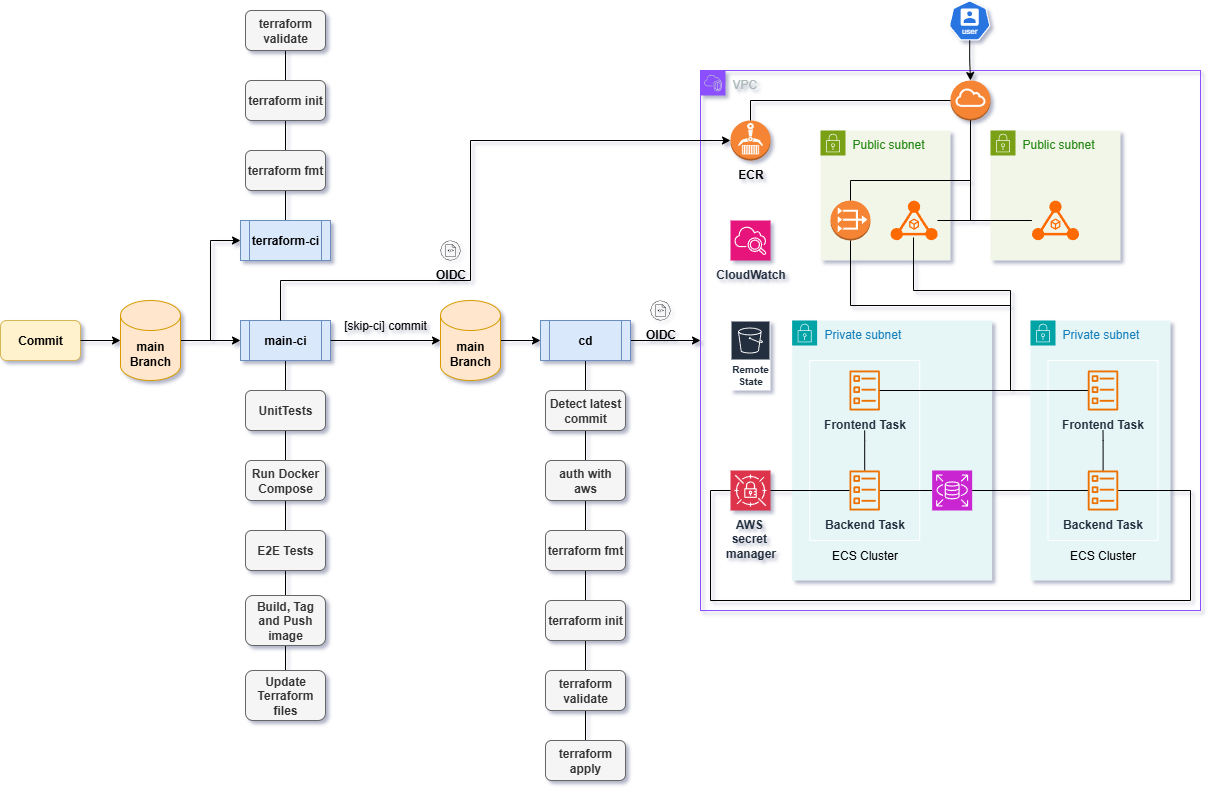
This is docs/media/projectdiagram.drawio.png from s1natex/Docker_evo, a draw.io export, as it was before one commit. Source tidied: cells renumbered, new cells last; positions are measured from the earlier drawing's top-left corner, leaving out a move shared by most shapes.
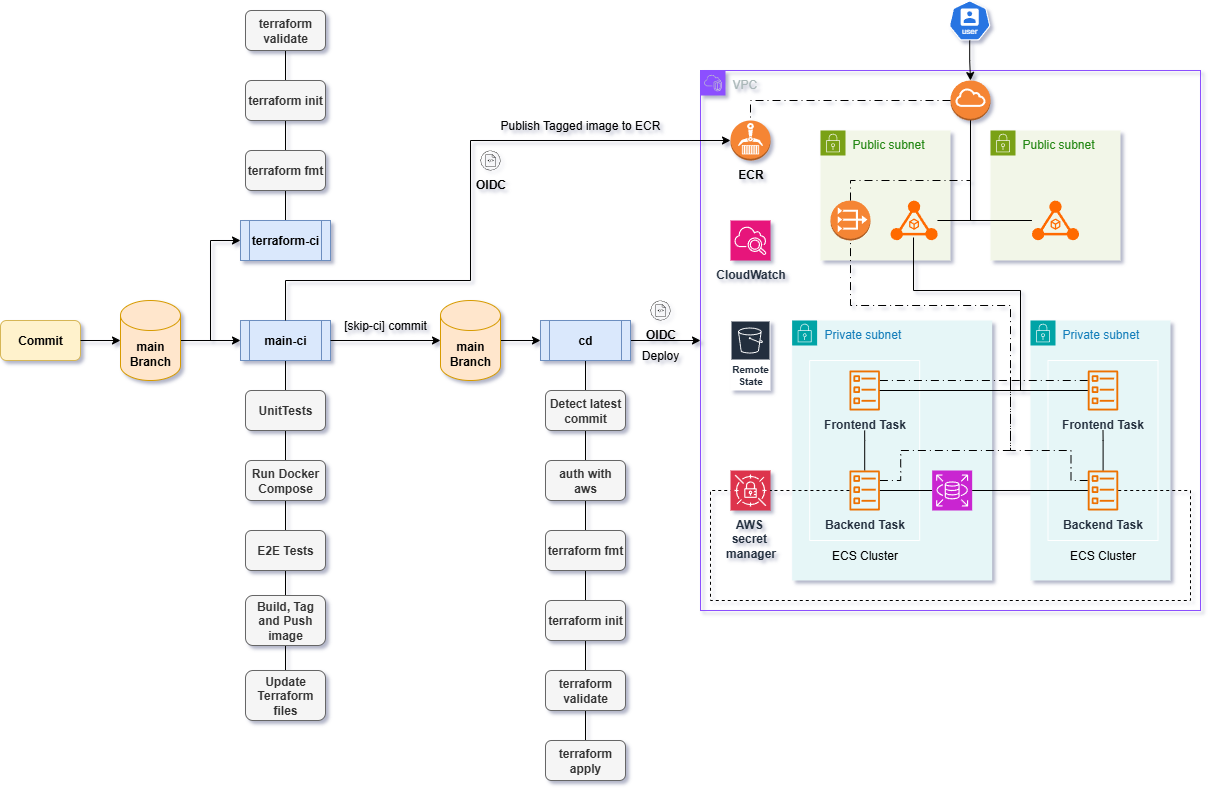
After the change.

Change to the diagram source:
```diff
@@ -3,7 +3,7 @@
     <mxCell id="0" />
     <mxCell id="1" parent="0" />
     <mxCell id="2" value="&lt;b&gt;OIDC&lt;/b&gt;" style="sketch=0;verticalLabelPosition=bottom;sketch=0;html=1;verticalAlign=top;strokeColor=none;fillColor=#000000;align=center;shape=mxgraph.citrix2.authentication_oidc;" parent="1" vertex="1">
-      <mxGeometry x="440" y="240" width="20" height="20" as="geometry" />
+      <mxGeometry x="480" y="150" width="20" height="20" as="geometry" />
     </mxCell>
     <mxCell id="3" value="Public subnet" style="gradientColor=none;html=1;whiteSpace=wrap;fontSize=12;fontStyle=0;shape=mxgraph.aws4.group;grIcon=mxgraph.aws4.group_security_group;grStroke=0;strokeColor=#7AA116;fillColor=#F2F6E8;verticalAlign=top;align=left;spacingLeft=30;fontColor=#248814;dashed=0;" parent="1" vertex="1">
       <mxGeometry x="820" y="130" width="130" height="130" as="geometry" />
@@ -26,7 +26,7 @@
     <mxCell id="9" style="outlineConnect=0;dashed=0;verticalLabelPosition=bottom;verticalAlign=top;align=center;html=1;shape=mxgraph.aws3.internet_gateway;fillColor=#F58534;gradientColor=none;" parent="1" vertex="1">
       <mxGeometry x="950" y="80" width="40" height="40" as="geometry" />
     </mxCell>
-    <mxCell id="10" style="edgeStyle=orthogonalEdgeStyle;rounded=0;jettySize=auto;html=1;entryX=0.5;entryY=1;entryDx=0;entryDy=0;entryPerimeter=0;endArrow=none;endFill=0;" parent="1" edge="1" source="5" target="9">
+    <mxCell id="10" style="edgeStyle=orthogonalEdgeStyle;rounded=0;jettySize=auto;html=1;entryX=0.5;entryY=1;entryDx=0;entryDy=0;entryPerimeter=0;endArrow=none;endFill=0;dashed=1;dashPattern=8 4 1 4;" parent="1" edge="1" source="5" target="9">
       <mxGeometry relative="1" as="geometry">
         <Array as="points">
           <mxPoint x="850" y="180" />
@@ -40,7 +40,7 @@
     <mxCell id="12" value="&lt;b&gt;ECR&lt;/b&gt;" style="outlineConnect=0;dashed=0;verticalLabelPosition=bottom;verticalAlign=top;align=center;html=1;shape=mxgraph.aws3.ecr;fillColor=#F58534;gradientColor=none;" parent="1" vertex="1">
       <mxGeometry x="730" y="120" width="40" height="40" as="geometry" />
     </mxCell>
-    <mxCell id="13" style="edgeStyle=orthogonalEdgeStyle;rounded=0;jettySize=auto;html=1;entryX=0.5;entryY=0;entryDx=0;entryDy=0;entryPerimeter=0;endArrow=none;endFill=0;" parent="1" edge="1" source="9" target="12">
+    <mxCell id="13" style="edgeStyle=orthogonalEdgeStyle;rounded=0;jettySize=auto;html=1;entryX=0.5;entryY=0;entryDx=0;entryDy=0;entryPerimeter=0;endArrow=none;endFill=0;dashed=1;dashPattern=8 4 1 4;" parent="1" edge="1" source="9" target="12">
       <mxGeometry relative="1" as="geometry" />
     </mxCell>
     <mxCell id="14" value="Private subnet" style="gradientColor=none;html=1;whiteSpace=wrap;fontSize=12;fontStyle=0;shape=mxgraph.aws4.group;grIcon=mxgraph.aws4.group_security_group;grStroke=0;strokeColor=#00A4A6;fillColor=#E6F6F7;verticalAlign=top;align=left;spacingLeft=30;fontColor=#147EBA;dashed=0;" parent="1" vertex="1">
@@ -58,9 +58,28 @@
         </Array>
       </mxGeometry>
     </mxCell>
+    <mxCell id="73" style="edgeStyle=orthogonalEdgeStyle;rounded=0;jettySize=auto;html=1;endArrow=none;endFill=0;strokeColor=#000000;dashed=1;dashPattern=8 4 1 4;" parent="15" edge="1" source="17">
+      <mxGeometry relative="1" as="geometry">
+        <mxPoint x="200.8" y="10" as="targetPoint" />
+        <Array as="points">
+          <mxPoint x="91" y="120" />
+          <mxPoint x="91" y="90" />
+          <mxPoint x="201" y="90" />
+        </Array>
+      </mxGeometry>
+    </mxCell>
     <mxCell id="17" value="&lt;b&gt;Backend Task&lt;/b&gt;" style="sketch=0;outlineConnect=0;fontColor=#232F3E;gradientColor=none;fillColor=#ED7100;strokeColor=none;dashed=0;verticalLabelPosition=bottom;verticalAlign=top;align=center;html=1;fontSize=12;fontStyle=0;shape=mxgraph.aws4.ecs_task;" parent="15" vertex="1">
       <mxGeometry x="39.6" y="110" width="30.8" height="40" as="geometry" />
     </mxCell>
+    <mxCell id="74" style="edgeStyle=orthogonalEdgeStyle;rounded=0;jettySize=auto;html=1;endArrow=none;endFill=0;dashed=1;dashPattern=8 4 1 4;" parent="15" edge="1" source="18">
+      <mxGeometry relative="1" as="geometry">
+        <mxPoint x="200.8" y="20" as="targetPoint" />
+        <Array as="points">
+          <mxPoint x="101" y="20" />
+          <mxPoint x="101" y="20" />
+        </Array>
+      </mxGeometry>
+    </mxCell>
     <mxCell id="18" value="&lt;b&gt;Frontend Task&lt;/b&gt;" style="sketch=0;outlineConnect=0;fontColor=#232F3E;gradientColor=none;fillColor=#ED7100;strokeColor=none;dashed=0;verticalLabelPosition=bottom;verticalAlign=top;align=center;html=1;fontSize=12;fontStyle=0;shape=mxgraph.aws4.ecs_task;" parent="15" vertex="1">
       <mxGeometry x="39.6" y="10" width="30.8" height="40" as="geometry" />
     </mxCell>
@@ -88,9 +107,28 @@
         </Array>
       </mxGeometry>
     </mxCell>
+    <mxCell id="75" style="edgeStyle=orthogonalEdgeStyle;rounded=0;jettySize=auto;html=1;endArrow=none;endFill=0;dashed=1;dashPattern=8 4 1 4;" parent="23" edge="1" source="25">
+      <mxGeometry relative="1" as="geometry">
+        <mxPoint x="-37.5" y="30" as="targetPoint" />
+        <Array as="points">
+          <mxPoint x="23" y="120" />
+          <mxPoint x="23" y="90" />
+          <mxPoint x="-37" y="90" />
+        </Array>
+      </mxGeometry>
+    </mxCell>
     <mxCell id="25" value="&lt;b&gt;Backend Task&lt;/b&gt;" style="sketch=0;outlineConnect=0;fontColor=#232F3E;gradientColor=none;fillColor=#ED7100;strokeColor=none;dashed=0;verticalLabelPosition=bottom;verticalAlign=top;align=center;html=1;fontSize=12;fontStyle=0;shape=mxgraph.aws4.ecs_task;" parent="23" vertex="1">
       <mxGeometry x="39.6" y="110" width="30.8" height="40" as="geometry" />
     </mxCell>
+    <mxCell id="76" style="edgeStyle=orthogonalEdgeStyle;rounded=0;jettySize=auto;html=1;endArrow=none;endFill=0;dashed=1;dashPattern=8 4 1 4;" parent="23" edge="1" source="26">
+      <mxGeometry relative="1" as="geometry">
+        <mxPoint x="-37.5" y="20" as="targetPoint" />
+        <Array as="points">
+          <mxPoint x="23" y="20" />
+          <mxPoint x="23" y="20" />
+        </Array>
+      </mxGeometry>
+    </mxCell>
     <mxCell id="26" value="&lt;b&gt;Frontend Task&lt;/b&gt;" style="sketch=0;outlineConnect=0;fontColor=#232F3E;gradientColor=none;fillColor=#ED7100;strokeColor=none;dashed=0;verticalLabelPosition=bottom;verticalAlign=top;align=center;html=1;fontSize=12;fontStyle=0;shape=mxgraph.aws4.ecs_task;" parent="23" vertex="1">
       <mxGeometry x="39.6" y="10" width="30.8" height="40" as="geometry" />
     </mxCell>
@@ -100,10 +138,10 @@
     <mxCell id="28" value="&lt;b&gt;AWS&amp;nbsp;&lt;/b&gt;&lt;div&gt;&lt;b&gt;secret&amp;nbsp;&lt;/b&gt;&lt;/div&gt;&lt;div&gt;&lt;b&gt;manager&lt;/b&gt;&lt;/div&gt;" style="sketch=0;points=[[0,0,0],[0.25,0,0],[0.5,0,0],[0.75,0,0],[1,0,0],[0,1,0],[0.25,1,0],[0.5,1,0],[0.75,1,0],[1,1,0],[0,0.25,0],[0,0.5,0],[0,0.75,0],[1,0.25,0],[1,0.5,0],[1,0.75,0]];outlineConnect=0;fontColor=#232F3E;fillColor=#DD344C;strokeColor=#ffffff;dashed=0;verticalLabelPosition=bottom;verticalAlign=top;align=center;html=1;fontSize=12;fontStyle=0;shape=mxgraph.aws4.resourceIcon;resIcon=mxgraph.aws4.secrets_manager;" parent="1" vertex="1">
       <mxGeometry x="730" y="470" width="40" height="40" as="geometry" />
     </mxCell>
-    <mxCell id="29" style="edgeStyle=orthogonalEdgeStyle;rounded=0;jettySize=auto;html=1;entryX=1;entryY=0.5;entryDx=0;entryDy=0;entryPerimeter=0;endArrow=none;endFill=0;" parent="1" edge="1" source="17" target="28">
+    <mxCell id="29" style="edgeStyle=orthogonalEdgeStyle;rounded=0;jettySize=auto;html=1;entryX=1;entryY=0.5;entryDx=0;entryDy=0;entryPerimeter=0;endArrow=none;endFill=0;dashed=1;" parent="1" edge="1" source="17" target="28">
       <mxGeometry relative="1" as="geometry" />
     </mxCell>
-    <mxCell id="30" style="edgeStyle=orthogonalEdgeStyle;rounded=0;jettySize=auto;html=1;entryX=0;entryY=0.5;entryDx=0;entryDy=0;entryPerimeter=0;endArrow=none;endFill=0;" parent="1" edge="1" source="25" target="28">
+    <mxCell id="30" style="edgeStyle=orthogonalEdgeStyle;rounded=0;jettySize=auto;html=1;entryX=0;entryY=0.5;entryDx=0;entryDy=0;entryPerimeter=0;endArrow=none;endFill=0;dashed=1;" parent="1" edge="1" source="25" target="28">
       <mxGeometry relative="1" as="geometry">
         <Array as="points">
           <mxPoint x="1190" y="490" />
@@ -122,13 +160,13 @@
     <mxCell id="33" style="edgeStyle=orthogonalEdgeStyle;rounded=0;jettySize=auto;html=1;entryX=0.488;entryY=0.925;entryDx=0;entryDy=0;entryPerimeter=0;endArrow=none;endFill=0;" parent="1" edge="1" source="18" target="4">
       <mxGeometry relative="1" as="geometry">
         <Array as="points">
-          <mxPoint x="1010" y="390" />
-          <mxPoint x="1010" y="290" />
+          <mxPoint x="1020" y="390" />
+          <mxPoint x="1020" y="290" />
           <mxPoint x="913" y="290" />
         </Array>
       </mxGeometry>
     </mxCell>
-    <mxCell id="34" style="edgeStyle=orthogonalEdgeStyle;rounded=0;jettySize=auto;html=1;entryX=0.5;entryY=1;entryDx=0;entryDy=0;entryPerimeter=0;endArrow=none;endFill=0;" parent="1" edge="1" source="18" target="5">
+    <mxCell id="34" style="edgeStyle=orthogonalEdgeStyle;rounded=0;jettySize=auto;html=1;entryX=0.5;entryY=1;entryDx=0;entryDy=0;entryPerimeter=0;endArrow=none;endFill=0;dashed=1;dashPattern=8 4 1 4;" parent="1" edge="1" source="18" target="5">
       <mxGeometry relative="1" as="geometry">
         <Array as="points">
           <mxPoint x="1010" y="390" />
@@ -191,7 +229,7 @@
     <mxCell id="52" style="edgeStyle=orthogonalEdgeStyle;rounded=0;jettySize=auto;html=1;entryX=0;entryY=0.5;entryDx=0;entryDy=0;entryPerimeter=0;" parent="1" edge="1" source="45" target="12">
       <mxGeometry relative="1" as="geometry">
         <Array as="points">
-          <mxPoint x="280" y="280" />
+          <mxPoint x="285" y="280" />
           <mxPoint x="470" y="280" />
           <mxPoint x="470" y="140" />
         </Array>
@@ -257,5 +295,11 @@
     <mxCell id="72" style="edgeStyle=orthogonalEdgeStyle;rounded=0;jettySize=auto;html=1;entryX=0.5;entryY=0;entryDx=0;entryDy=0;entryPerimeter=0;" parent="1" edge="1" source="71" target="9">
       <mxGeometry relative="1" as="geometry" />
     </mxCell>
+    <mxCell id="77" value="Publish Tagged image to ECR" style="text;html=1;align=center;verticalAlign=middle;whiteSpace=wrap;rounded=0;" parent="1" vertex="1">
+      <mxGeometry x="490" y="110" width="180" height="30" as="geometry" />
+    </mxCell>
+    <mxCell id="78" value="Deploy" style="text;html=1;align=center;verticalAlign=middle;whiteSpace=wrap;rounded=0;" parent="1" vertex="1">
+      <mxGeometry x="630" y="340" width="60" height="30" as="geometry" />
+    </mxCell>
   </root>
 </mxGraphModel>
```
